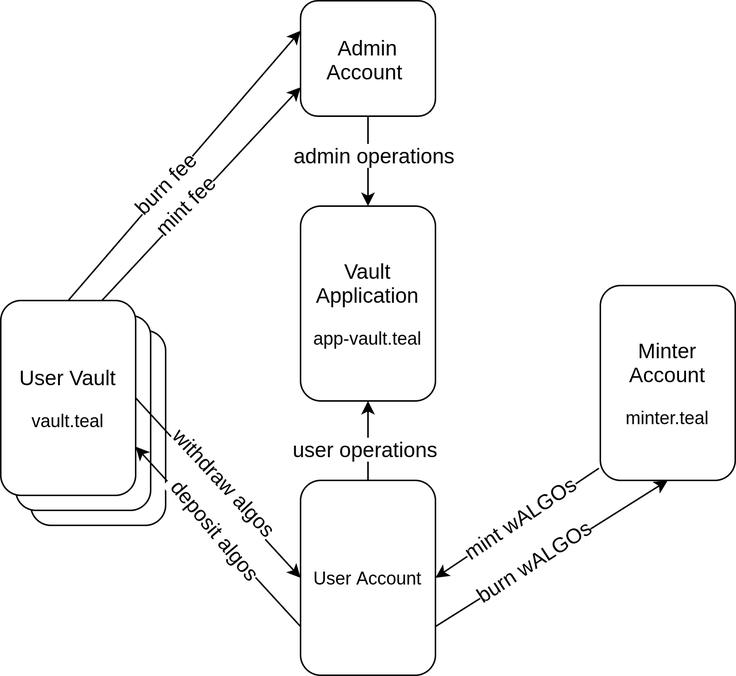
Earlier version of the draw.io export images/stakerdao-diagram.png (randlabs/walgo-vault). Source tidied: cells renumbered, new cells last; positions are measured from the earlier drawing's top-left corner, leaving out a move shared by most shapes. Its diagram source:
```xml
<mxGraphModel>
  <root>
    <mxCell id="0" />
    <mxCell id="1" parent="0" />
    <mxCell id="2" value="&lt;font&gt;&lt;span style=&quot;font-size: 14px&quot;&gt;User Vault&lt;/span&gt;&lt;br&gt;&lt;br&gt;&lt;font style=&quot;font-size: 12px&quot;&gt;vault.teal&lt;/font&gt;&lt;br&gt;&lt;/font&gt;" style="rounded=1;whiteSpace=wrap;html=1;" parent="1" vertex="1">
      <mxGeometry x="20" y="220" width="90" height="130" as="geometry" />
    </mxCell>
    <mxCell id="3" value="&lt;font&gt;&lt;span style=&quot;font-size: 14px&quot;&gt;User Vault&lt;/span&gt;&lt;br&gt;&lt;br&gt;&lt;font style=&quot;font-size: 12px&quot;&gt;vault.teal&lt;/font&gt;&lt;br&gt;&lt;/font&gt;" style="rounded=1;whiteSpace=wrap;html=1;" parent="1" vertex="1">
      <mxGeometry x="10" y="210" width="90" height="130" as="geometry" />
    </mxCell>
    <mxCell id="4" value="&lt;font style=&quot;font-size: 14px&quot;&gt;Vault&lt;br&gt;Application&lt;br&gt;&lt;/font&gt;&lt;br&gt;app-vault.teal" style="rounded=1;whiteSpace=wrap;html=1;" parent="1" vertex="1">
      <mxGeometry x="200" y="137" width="90" height="130" as="geometry" />
    </mxCell>
    <mxCell id="5" value="&lt;font&gt;&lt;span style=&quot;font-size: 14px&quot;&gt;User Vault&lt;/span&gt;&lt;br&gt;&lt;br&gt;&lt;font style=&quot;font-size: 12px&quot;&gt;vault.teal&lt;/font&gt;&lt;br&gt;&lt;/font&gt;" style="rounded=1;whiteSpace=wrap;html=1;" parent="1" vertex="1">
      <mxGeometry y="200" width="90" height="130" as="geometry" />
    </mxCell>
    <mxCell id="6" value="&lt;font style=&quot;font-size: 14px&quot;&gt;Minter Account&lt;/font&gt;&lt;br&gt;&lt;br&gt;minter.teal" style="rounded=1;whiteSpace=wrap;html=1;" parent="1" vertex="1">
      <mxGeometry x="400" y="190" width="90" height="130" as="geometry" />
    </mxCell>
    <mxCell id="7" value="User Account" style="rounded=1;whiteSpace=wrap;html=1;" parent="1" vertex="1">
      <mxGeometry x="200" y="320" width="90" height="130" as="geometry" />
    </mxCell>
    <mxCell id="8" style="endArrow=classic;html=1;entryX=0.5;entryY=1;entryDx=0;entryDy=0;exitX=1;exitY=0.75;exitDx=0;exitDy=0;" parent="1" edge="1" source="7" target="6">
      <mxGeometry relative="1" as="geometry" />
    </mxCell>
    <mxCell id="9" value="&lt;font style=&quot;font-size: 14px&quot;&gt;burn wALGOs&lt;/font&gt;" style="edgeLabel;html=1;align=center;verticalAlign=middle;rotation=327;" parent="8" vertex="1">
      <mxGeometry x="-0.15" y="3" relative="1" as="geometry" />
    </mxCell>
    <mxCell id="10" style="endArrow=classic;html=1;exitX=-0.011;exitY=0.938;exitDx=0;exitDy=0;entryX=1;entryY=0.5;entryDx=0;entryDy=0;exitPerimeter=0;" parent="1" edge="1" source="6" target="7">
      <mxGeometry relative="1" as="geometry" />
    </mxCell>
    <mxCell id="11" value="&lt;font style=&quot;font-size: 14px&quot;&gt;mint wALGOs&lt;/font&gt;" style="edgeLabel;html=1;align=center;verticalAlign=middle;rotation=326;" parent="10" vertex="1">
      <mxGeometry x="-0.15" y="3" relative="1" as="geometry">
        <mxPoint x="-8.6" y="-0.8" as="offset" />
      </mxGeometry>
    </mxCell>
    <mxCell id="12" value="&lt;font style=&quot;font-size: 14px&quot;&gt;Admin Account&amp;nbsp;&lt;/font&gt;" style="rounded=1;whiteSpace=wrap;html=1;" parent="1" vertex="1">
      <mxGeometry x="200" width="90" height="77" as="geometry" />
    </mxCell>
    <mxCell id="13" style="endArrow=classic;html=1;entryX=0.5;entryY=0;entryDx=0;entryDy=0;exitX=0.5;exitY=1;exitDx=0;exitDy=0;" parent="1" edge="1" source="12" target="4">
      <mxGeometry relative="1" as="geometry" />
    </mxCell>
    <mxCell id="14" value="&lt;font style=&quot;font-size: 14px&quot;&gt;admin operations&lt;/font&gt;" style="edgeLabel;html=1;align=center;verticalAlign=middle;rotation=0;" parent="13" vertex="1">
      <mxGeometry x="-0.15" y="3" relative="1" as="geometry" />
    </mxCell>
    <mxCell id="15" style="endArrow=classic;html=1;exitX=0;exitY=0.75;exitDx=0;exitDy=0;entryX=1;entryY=0.75;entryDx=0;entryDy=0;" parent="1" edge="1" source="7" target="5">
      <mxGeometry relative="1" as="geometry" />
    </mxCell>
    <mxCell id="16" value="&lt;span style=&quot;font-size: 14px&quot;&gt;&amp;nbsp;deposit algos&lt;/span&gt;" style="edgeLabel;html=1;align=center;verticalAlign=middle;rotation=50;" parent="15" vertex="1">
      <mxGeometry x="-0.15" y="3" relative="1" as="geometry">
        <mxPoint x="-8.6" y="-18.7" as="offset" />
      </mxGeometry>
    </mxCell>
    <mxCell id="17" style="endArrow=classic;html=1;exitX=1;exitY=0.5;exitDx=0;exitDy=0;entryX=0;entryY=0.5;entryDx=0;entryDy=0;" parent="1" edge="1" source="5" target="7">
      <mxGeometry relative="1" as="geometry" />
    </mxCell>
    <mxCell id="18" value="&lt;font style=&quot;font-size: 14px&quot;&gt;withdraw algos&lt;/font&gt;" style="edgeLabel;html=1;align=center;verticalAlign=middle;rotation=47;" parent="17" vertex="1">
      <mxGeometry x="-0.15" y="3" relative="1" as="geometry">
        <mxPoint x="11.2" y="6.2" as="offset" />
      </mxGeometry>
    </mxCell>
    <mxCell id="19" style="endArrow=classic;html=1;entryX=0.5;entryY=1;entryDx=0;entryDy=0;exitX=0.5;exitY=0;exitDx=0;exitDy=0;" parent="1" edge="1" source="7" target="4">
      <mxGeometry relative="1" as="geometry" />
    </mxCell>
    <mxCell id="20" value="&lt;font style=&quot;font-size: 14px&quot;&gt;user operations&lt;/font&gt;" style="edgeLabel;html=1;align=center;verticalAlign=middle;rotation=0;" parent="19" vertex="1">
      <mxGeometry x="-0.15" y="3" relative="1" as="geometry" />
    </mxCell>
    <mxCell id="21" style="endArrow=classic;html=1;exitX=0.75;exitY=0;exitDx=0;exitDy=0;entryX=0;entryY=0.75;entryDx=0;entryDy=0;" parent="1" edge="1" source="5" target="12">
      <mxGeometry relative="1" as="geometry" />
    </mxCell>
    <mxCell id="22" value="&lt;font style=&quot;font-size: 14px&quot;&gt;mint fee&lt;/font&gt;" style="edgeLabel;html=1;align=center;verticalAlign=middle;rotation=-45;" parent="21" vertex="1">
      <mxGeometry x="-0.15" y="3" relative="1" as="geometry" />
    </mxCell>
    <mxCell id="23" style="endArrow=classic;html=1;exitX=0.5;exitY=0;exitDx=0;exitDy=0;entryX=0;entryY=0.75;entryDx=0;entryDy=0;" parent="1" edge="1" source="5">
      <mxGeometry relative="1" as="geometry">
        <mxPoint x="200" y="20" as="targetPoint" />
      </mxGeometry>
    </mxCell>
    <mxCell id="24" value="&lt;font style=&quot;font-size: 14px&quot;&gt;burn fee&lt;/font&gt;" style="edgeLabel;html=1;align=center;verticalAlign=middle;rotation=-45;" parent="23" vertex="1">
      <mxGeometry x="-0.15" y="3" relative="1" as="geometry" />
    </mxCell>
  </root>
</mxGraphModel>
```
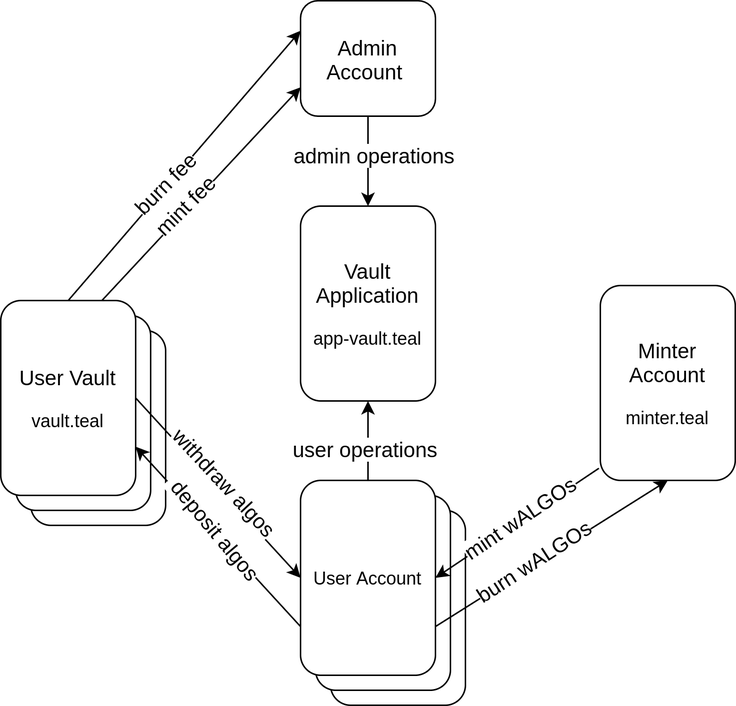
After the change.

Diff of the diagram source:
```diff
@@ -2,6 +2,12 @@
   <root>
     <mxCell id="0" />
     <mxCell id="1" parent="0" />
+    <mxCell id="25" value="User Account" style="rounded=1;whiteSpace=wrap;html=1;" parent="1" vertex="1">
+      <mxGeometry x="220" y="340" width="90" height="130" as="geometry" />
+    </mxCell>
+    <mxCell id="26" value="User Account" style="rounded=1;whiteSpace=wrap;html=1;" parent="1" vertex="1">
+      <mxGeometry x="210" y="330" width="90" height="130" as="geometry" />
+    </mxCell>
     <mxCell id="2" value="&lt;font&gt;&lt;span style=&quot;font-size: 14px&quot;&gt;User Vault&lt;/span&gt;&lt;br&gt;&lt;br&gt;&lt;font style=&quot;font-size: 12px&quot;&gt;vault.teal&lt;/font&gt;&lt;br&gt;&lt;/font&gt;" style="rounded=1;whiteSpace=wrap;html=1;" parent="1" vertex="1">
       <mxGeometry x="20" y="220" width="90" height="130" as="geometry" />
     </mxCell>
```
